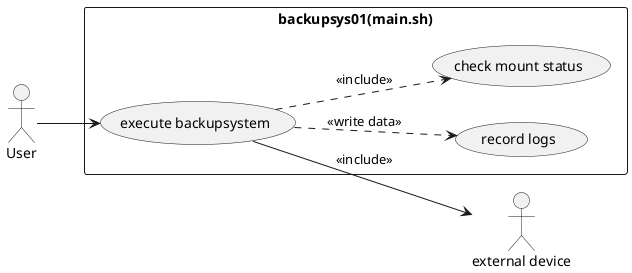
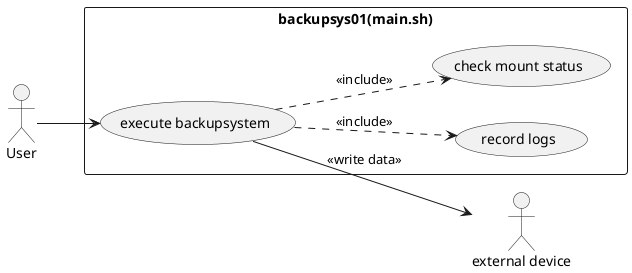
@startuml
skinparam packageStyle rectangle
left to right direction
actor "User" as user
actor "external device" as device

rectangle "backupsys01(main.sh)" {
        usecase "execute backupsystem" as main
        usecase "record logs" as log
	usecase "check mount status" as mount
}
user --> main
main ..> mount: << include >>
- main --> device: << include >>
- main ..> log: << write data >>
+ main --> device: << write data >>
+ main ..> log: << include >>
@enduml

